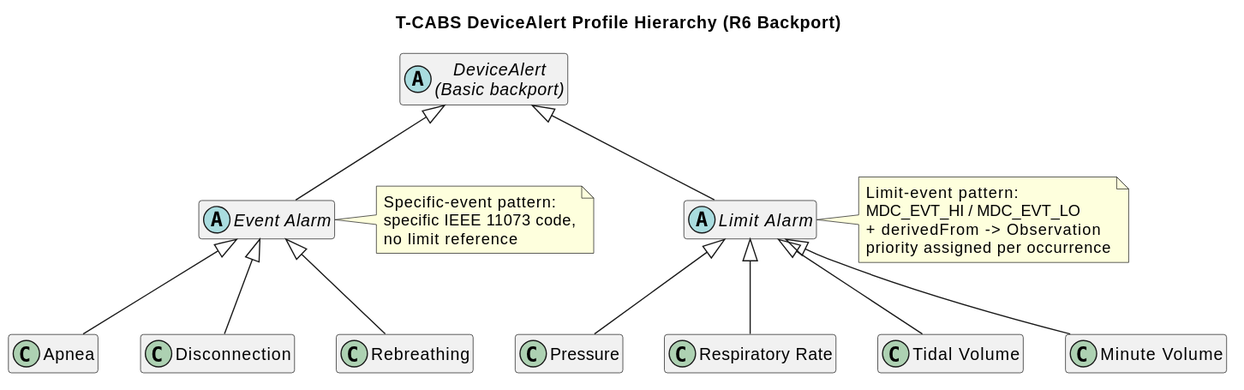
This is input/images/T-CABS_DeviceAlert_UML.svg from BIH-CEI/T-CABS, a PlantUML export, as it was before one commit. Source of this version:
```plantuml
@startuml
title T-CABS DeviceAlert Profile Hierarchy (R6 Backport)
hide empty members
skinparam classAttributeIconSize 0
skinparam shadowing false

abstract class "DeviceAlert\n(Basic backport)" as Base
abstract class "Event Alarm" as Event
abstract class "Limit Alarm" as Limit

class "Apnea" as Apnea
class "Disconnection" as Disconnection
class "Rebreathing" as Rebreathing

class "Pressure" as Druck
class "Respiratory Rate" as Atemfrequenz
class "Tidal Volume" as Tidalvolumen
class "Minute Volume" as Minutenvolumen

Base <|-- Event
Base <|-- Limit

Event <|-- Apnea
Event <|-- Disconnection
Event <|-- Rebreathing

Limit <|-- Druck
Limit <|-- Atemfrequenz
Limit <|-- Tidalvolumen
Limit <|-- Minutenvolumen

note right of Event
  Specific-event pattern:
  specific IEEE 11073 code,
  no limit reference
end note

note right of Limit
  Limit-event pattern:
  MDC_EVT_HI / MDC_EVT_LO
  + derivedFrom -> Observation
  priority assigned per occurrence
end note
@enduml
```
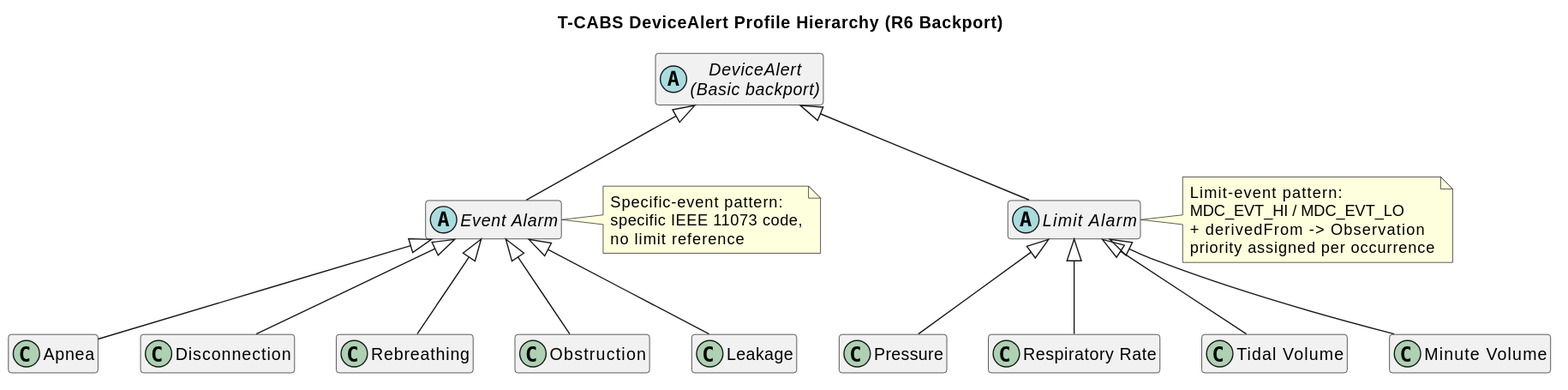
Above is the later version.

Commit message:
Updated the DeviceAlert hierarchy UML

Diff of the diagram source:
```diff
@@ -11,6 +11,8 @@
 class "Apnea" as Apnea
 class "Disconnection" as Disconnection
 class "Rebreathing" as Rebreathing
+class "Obstruction" as Obstruction
+class "Leakage" as Leakage
 
 class "Pressure" as Druck
 class "Respiratory Rate" as Atemfrequenz
@@ -23,6 +25,8 @@
 Event <|-- Apnea
 Event <|-- Disconnection
 Event <|-- Rebreathing
+Event <|-- Obstruction
+Event <|-- Leakage
 
 Limit <|-- Druck
 Limit <|-- Atemfrequenz
```
